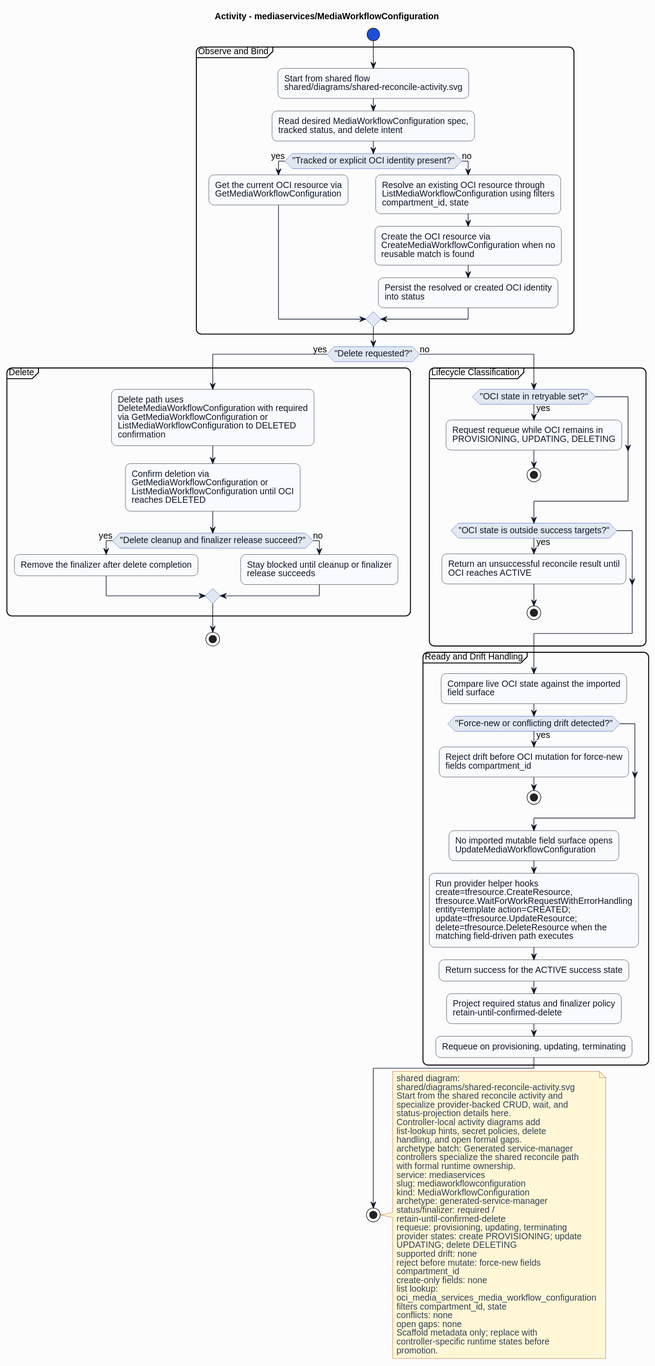
The PlantUML diagram formal/controllers/mediaservices/mediaworkflowconfiguration/diagrams/activity.svg in HaoyL666/oci-service-operator, before a commit. Source of this version:
```plantuml
@startuml
skinparam shadowing false
skinparam backgroundColor #fcfcfd
skinparam defaultFontName Helvetica
skinparam defaultFontSize 14
skinparam arrowColor #0f172a
skinparam noteBackgroundColor #fff7d6
skinparam noteBorderColor #b45309
skinparam noteFontColor #334155
skinparam roundcorner 16
title Activity - mediaservices/MediaWorkflowConfiguration
skinparam activity {
  backgroundColor #f8fafc
  borderColor #0f172a
  fontColor #0f172a
  diamondBackgroundColor #e2e8f0
  diamondBorderColor #1d4ed8
  diamondFontColor #0f172a
  startColor #1d4ed8
  endColor #0f172a
  barColor #1d4ed8
}
start
partition "Observe and Bind" {
:Start from shared flow\nshared/diagrams/shared-reconcile-activity.svg;
:Read desired MediaWorkflowConfiguration spec,\ntracked status, and delete intent;
if ("Tracked or explicit OCI identity present?") then (yes)
:Get the current OCI resource via\nGetMediaWorkflowConfiguration;
else (no)
:Resolve an existing OCI resource through\nListMediaWorkflowConfiguration using filters\ncompartment_id, state;
:Create the OCI resource via\nCreateMediaWorkflowConfiguration when no\nreusable match is found;
:Persist the resolved or created OCI identity\ninto status;
endif
}
if ("Delete requested?") then (yes)
partition "Delete" {
:Delete path uses\nDeleteMediaWorkflowConfiguration with required\nvia GetMediaWorkflowConfiguration or\nListMediaWorkflowConfiguration to DELETED\nconfirmation;
:Confirm deletion via\nGetMediaWorkflowConfiguration or\nListMediaWorkflowConfiguration until OCI\nreaches DELETED;
if ("Delete cleanup and finalizer release succeed?") then (yes)
:Remove the finalizer after delete completion;
else (no)
:Stay blocked until cleanup or finalizer\nrelease succeeds;
endif
}
stop
else (no)
partition "Lifecycle Classification" {
if ("OCI state in retryable set?") then (yes)
:Request requeue while OCI remains in\nPROVISIONING, UPDATING, DELETING;
stop
endif
if ("OCI state is outside success targets?") then (yes)
:Return an unsuccessful reconcile result until\nOCI reaches ACTIVE;
stop
endif
}
partition "Ready and Drift Handling" {
:Compare live OCI state against the imported\nfield surface;
if ("Force-new or conflicting drift detected?") then (yes)
:Reject drift before OCI mutation for force-new\nfields compartment_id;
stop
endif
:No imported mutable field surface opens\nUpdateMediaWorkflowConfiguration;
:Run provider helper hooks\ncreate=tfresource.CreateResource,\ntfresource.WaitForWorkRequestWithErrorHandling\nentity=template action=CREATED;\nupdate=tfresource.UpdateResource;\ndelete=tfresource.DeleteResource when the\nmatching field-driven path executes;
:Return success for the ACTIVE success state;
:Project required status and finalizer policy\nretain-until-confirmed-delete;
:Requeue on provisioning, updating, terminating;
}
endif
stop
note right
shared diagram:
shared/diagrams/shared-reconcile-activity.svg
Start from the shared reconcile activity and
specialize provider-backed CRUD, wait, and
status-projection details here.
Controller-local activity diagrams add
list-lookup hints, secret policies, delete
handling, and open formal gaps.
archetype batch: Generated service-manager
controllers specialize the shared reconcile path
with formal runtime ownership.
service: mediaservices
slug: mediaworkflowconfiguration
kind: MediaWorkflowConfiguration
archetype: generated-service-manager
status/finalizer: required /
retain-until-confirmed-delete
requeue: provisioning, updating, terminating
provider states: create PROVISIONING; update
UPDATING; delete DELETING
supported drift: none
reject before mutate: force-new fields
compartment_id
create-only fields: none
list lookup:
oci_media_services_media_workflow_configuration
filters compartment_id, state
conflicts: none
open gaps: none
Scaffold metadata only; replace with
controller-specific runtime states before
promotion.
end note
@enduml
```
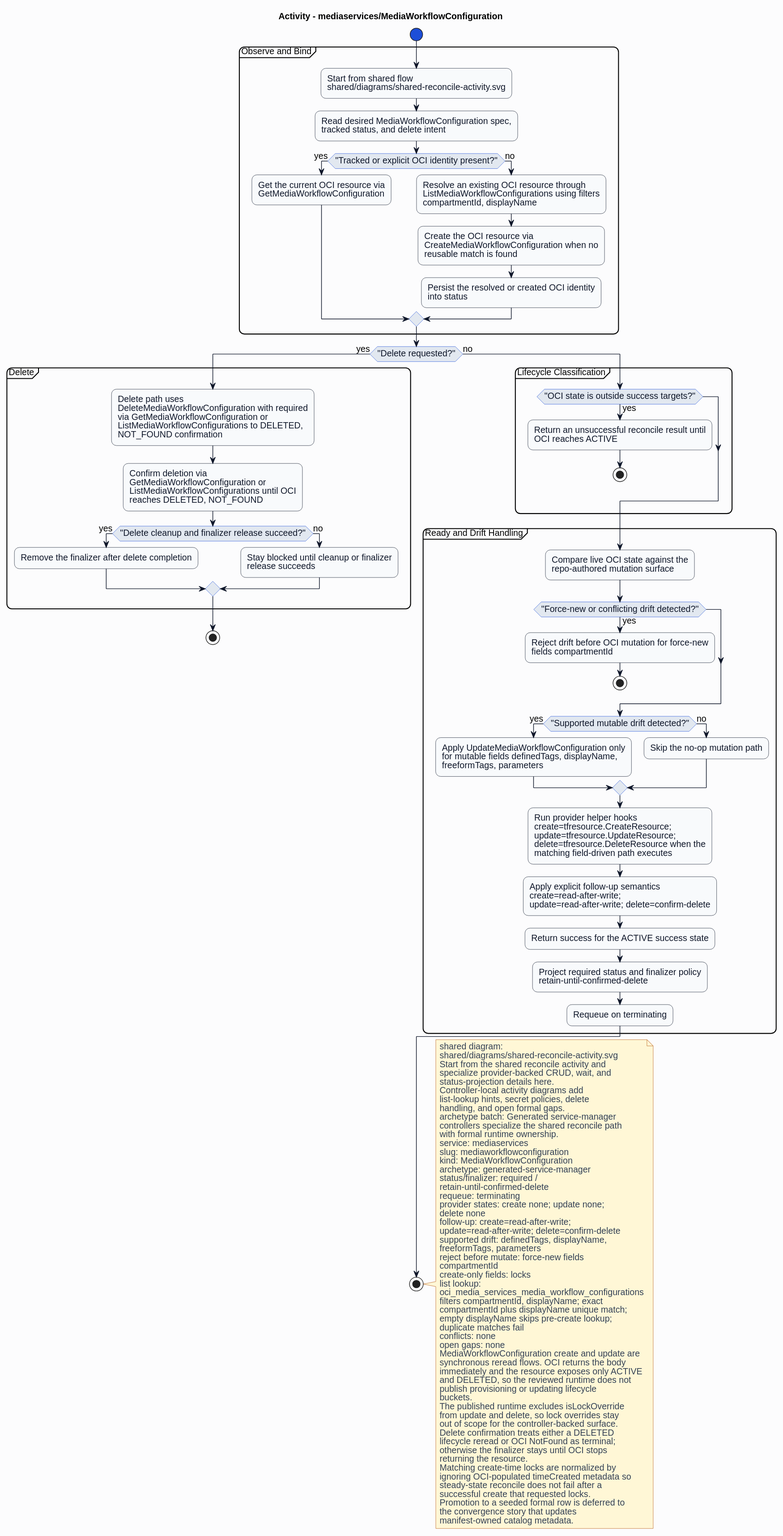
The same file after the commit.

What changed in the source:
```diff
@@ -27,15 +27,15 @@
 if ("Tracked or explicit OCI identity present?") then (yes)
 :Get the current OCI resource via\nGetMediaWorkflowConfiguration;
 else (no)
-:Resolve an existing OCI resource through\nListMediaWorkflowConfiguration using filters\ncompartment_id, state;
+:Resolve an existing OCI resource through\nListMediaWorkflowConfigurations using filters\ncompartmentId, displayName;
 :Create the OCI resource via\nCreateMediaWorkflowConfiguration when no\nreusable match is found;
 :Persist the resolved or created OCI identity\ninto status;
 endif
 }
 if ("Delete requested?") then (yes)
 partition "Delete" {
-:Delete path uses\nDeleteMediaWorkflowConfiguration with required\nvia GetMediaWorkflowConfiguration or\nListMediaWorkflowConfiguration to DELETED\nconfirmation;
-:Confirm deletion via\nGetMediaWorkflowConfiguration or\nListMediaWorkflowConfiguration until OCI\nreaches DELETED;
+:Delete path uses\nDeleteMediaWorkflowConfiguration with required\nvia GetMediaWorkflowConfiguration or\nListMediaWorkflowConfigurations to DELETED,\nNOT_FOUND confirmation;
+:Confirm deletion via\nGetMediaWorkflowConfiguration or\nListMediaWorkflowConfigurations until OCI\nreaches DELETED, NOT_FOUND;
 if ("Delete cleanup and finalizer release succeed?") then (yes)
 :Remove the finalizer after delete completion;
 else (no)
@@ -45,26 +45,27 @@
 stop
 else (no)
 partition "Lifecycle Classification" {
-if ("OCI state in retryable set?") then (yes)
-:Request requeue while OCI remains in\nPROVISIONING, UPDATING, DELETING;
-stop
-endif
 if ("OCI state is outside success targets?") then (yes)
 :Return an unsuccessful reconcile result until\nOCI reaches ACTIVE;
 stop
 endif
 }
 partition "Ready and Drift Handling" {
-:Compare live OCI state against the imported\nfield surface;
+:Compare live OCI state against the\nrepo-authored mutation surface;
 if ("Force-new or conflicting drift detected?") then (yes)
-:Reject drift before OCI mutation for force-new\nfields compartment_id;
+:Reject drift before OCI mutation for force-new\nfields compartmentId;
 stop
 endif
-:No imported mutable field surface opens\nUpdateMediaWorkflowConfiguration;
-:Run provider helper hooks\ncreate=tfresource.CreateResource,\ntfresource.WaitForWorkRequestWithErrorHandling\nentity=template action=CREATED;\nupdate=tfresource.UpdateResource;\ndelete=tfresource.DeleteResource when the\nmatching field-driven path executes;
+if ("Supported mutable drift detected?") then (yes)
+:Apply UpdateMediaWorkflowConfiguration only\nfor mutable fields definedTags, displayName,\nfreeformTags, parameters;
+else (no)
+:Skip the no-op mutation path;
+endif
+:Run provider helper hooks\ncreate=tfresource.CreateResource;\nupdate=tfresource.UpdateResource;\ndelete=tfresource.DeleteResource when the\nmatching field-driven path executes;
+:Apply explicit follow-up semantics\ncreate=read-after-write;\nupdate=read-after-write; delete=confirm-delete;
 :Return success for the ACTIVE success state;
 :Project required status and finalizer policy\nretain-until-confirmed-delete;
-:Requeue on provisioning, updating, terminating;
+:Requeue on terminating;
 }
 endif
 stop
@@ -86,20 +87,43 @@
 archetype: generated-service-manager
 status/finalizer: required /
 retain-until-confirmed-delete
-requeue: provisioning, updating, terminating
-provider states: create PROVISIONING; update
-UPDATING; delete DELETING
-supported drift: none
+requeue: terminating
+provider states: create none; update none;
+delete none
+follow-up: create=read-after-write;
+update=read-after-write; delete=confirm-delete
+supported drift: definedTags, displayName,
+freeformTags, parameters
 reject before mutate: force-new fields
-compartment_id
-create-only fields: none
+compartmentId
+create-only fields: locks
 list lookup:
-oci_media_services_media_workflow_configuration
-filters compartment_id, state
+oci_media_services_media_workflow_configurations
+filters compartmentId, displayName; exact
+compartmentId plus displayName unique match;
+empty displayName skips pre-create lookup;
+duplicate matches fail
 conflicts: none
 open gaps: none
-Scaffold metadata only; replace with
-controller-specific runtime states before
-promotion.
+MediaWorkflowConfiguration create and update are
+synchronous reread flows. OCI returns the body
+immediately and the resource exposes only ACTIVE
+and DELETED, so the reviewed runtime does not
+publish provisioning or updating lifecycle
+buckets.
+The published runtime excludes isLockOverride
+from update and delete, so lock overrides stay
+out of scope for the controller-backed surface.
+Delete confirmation treats either a DELETED
+lifecycle reread or OCI NotFound as terminal;
+otherwise the finalizer stays until OCI stops
+returning the resource.
+Matching create-time locks are normalized by
+ignoring OCI-populated timeCreated metadata so
+steady-state reconcile does not fail after a
+successful create that requested locks.
+Promotion to a seeded formal row is deferred to
+the convergence story that updates
+manifest-owned catalog metadata.
 end note
 @enduml
```
